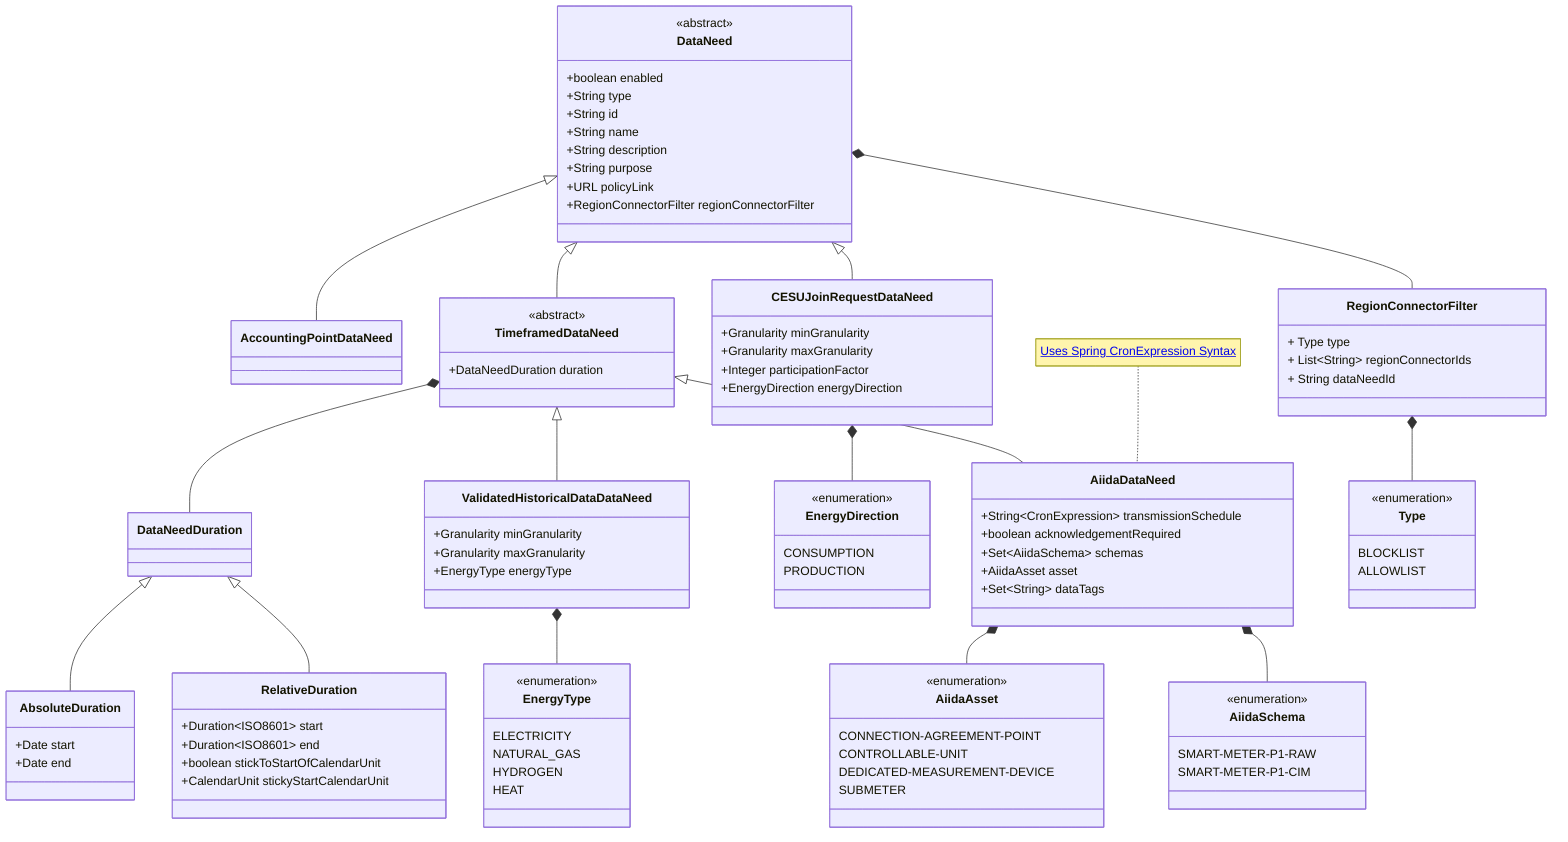
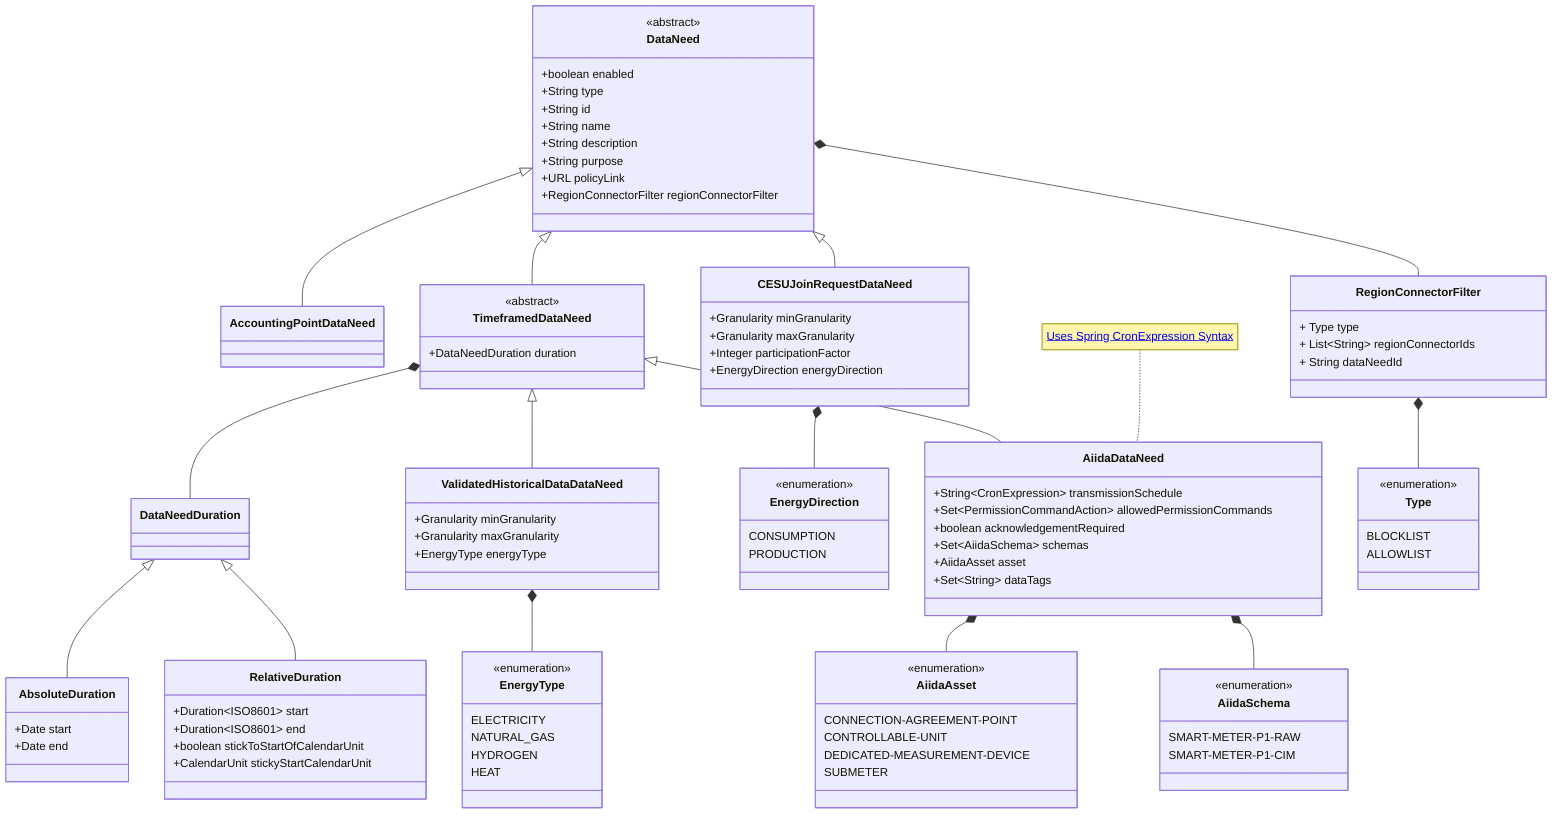
%% SPDX-FileCopyrightText: 2025 The EDDIE Developers <eddie.developers@fh-hagenberg.at>
%% SPDX-License-Identifier: Apache-2.0
classDiagram
    class DataNeed {
        <<abstract>>
        +boolean enabled
        +String type
        +String id
        +String name
        +String description
        +String purpose
        +URL policyLink
        +RegionConnectorFilter regionConnectorFilter
    }

    class AccountingPointDataNeed

    class TimeframedDataNeed {
        <<abstract>>
        +DataNeedDuration duration
    }

    class ValidatedHistoricalDataDataNeed {
        +Granularity minGranularity
        +Granularity maxGranularity
        +EnergyType energyType
    }

    class AiidaDataNeed {
        +String~CronExpression~ transmissionSchedule
+         +Set~PermissionCommandAction~ allowedPermissionCommands
        +boolean acknowledgementRequired
        +Set~AiidaSchema~ schemas
        +AiidaAsset asset
        +Set~String~ dataTags
    }
    note for AiidaDataNeed "<a href='https://docs.spring.io/spring-framework/docs/current/javadoc-api/org/springframework/scheduling/support/CronExpression.html'>Uses Spring CronExpression Syntax</a>"

    class CESUJoinRequestDataNeed {
        +Granularity minGranularity
        +Granularity maxGranularity
        +Integer participationFactor
        +EnergyDirection energyDirection
    }
    class EnergyDirection {
        <<enumeration>>
        CONSUMPTION
        PRODUCTION
    }

    class EnergyType {
        <<enumeration>>
        ELECTRICITY
        NATURAL_GAS
        HYDROGEN
        HEAT
    }

    class AiidaSchema {
        <<enumeration>>
        SMART-METER-P1-RAW
        SMART-METER-P1-CIM
    }

    class AiidaAsset {
        <<enumeration>>
        CONNECTION-AGREEMENT-POINT
        CONTROLLABLE-UNIT
        DEDICATED-MEASUREMENT-DEVICE
        SUBMETER
    }

    class DataNeedDuration

    class RelativeDuration {
        +Duration~ISO8601~ start
        +Duration~ISO8601~ end
        +boolean stickToStartOfCalendarUnit
        +CalendarUnit stickyStartCalendarUnit
    }

    class AbsoluteDuration {
        +Date start
        +Date end
    }
    class RegionConnectorFilter {
        + Type type
        + List~String~ regionConnectorIds
        + String dataNeedId
    }
    class Type {
        <<enumeration>>
        BLOCKLIST
        ALLOWLIST
    }

    DataNeed <|-- AccountingPointDataNeed
    DataNeed <|-- TimeframedDataNeed
    TimeframedDataNeed *-- DataNeedDuration
    TimeframedDataNeed <|-- ValidatedHistoricalDataDataNeed
    ValidatedHistoricalDataDataNeed *-- EnergyType
    DataNeedDuration <|-- AbsoluteDuration
    DataNeedDuration <|-- RelativeDuration
    AiidaDataNeed *-- AiidaAsset
    AiidaDataNeed *-- AiidaSchema
    TimeframedDataNeed <|-- AiidaDataNeed
    DataNeed <|-- CESUJoinRequestDataNeed
    CESUJoinRequestDataNeed *-- EnergyDirection
    DataNeed *-- RegionConnectorFilter
    RegionConnectorFilter *-- Type
